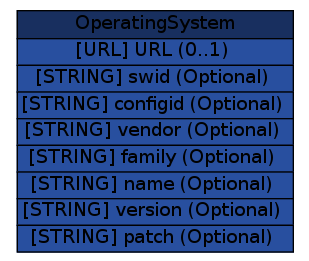
Above: iodef/graph/OperatingSystem.png in Moutix/idmef_parser (Graphviz), before the change. Its source is kept beside it as iodef/graph/OperatingSystem.dot.
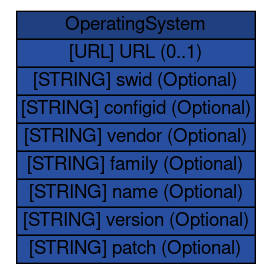
Later version of the same file.

What changed in the source:
```diff
@@ -1,6 +1,11 @@
 digraph OperatingSystem {
-	graph [rankdir=LR];
+	graph [bb="0,0,195,197",
+		rankdir=LR
+	];
 	node [label="\N"];
-	graph [bb="0,0,224,188"];
-	OperatingSystem [label=<<table BORDER="0" CELLBORDER="1" CELLSPACING="0"> <tr > <td BGCOLOR="#182f5f" HREF="#" TITLE="The OperatingSystem class describes the operating system running on a System. The definition is identical to the Application class (Section 3.17.1). ">OperatingSystem</td> </tr>" %<tr><td BGCOLOR="#284f9f" HREF="#" TITLE="A URL describing the application.">[URL] URL (0..1) </td></tr>%<tr><td BGCOLOR="#284f9f" HREF="#" TITLE="An identifier that can be used to reference this software.">[STRING] swid (Optional) </td></tr>%<tr><td BGCOLOR="#284f9f" HREF="#" TITLE="An identifier that can be used to reference a particular configuration of this software.">[STRING] configid (Optional) </td></tr>%<tr><td BGCOLOR="#284f9f" HREF="#" TITLE="Vendor name of the software.">[STRING] vendor (Optional) </td></tr>%<tr><td BGCOLOR="#284f9f" HREF="#" TITLE="Family of the software.">[STRING] family (Optional) </td></tr>%<tr><td BGCOLOR="#284f9f" HREF="#" TITLE="Name of the software.">[STRING] name (Optional) </td></tr>%<tr><td BGCOLOR="#284f9f" HREF="#" TITLE="Version of the software.">[STRING] version (Optional) </td></tr>%<tr><td BGCOLOR="#284f9f" HREF="#" TITLE="Patch or service pack level of the software.">[STRING] patch (Optional) </td></tr>%</table>>, shape=plaintext, pos="112,94", width="3.0833", height="2.625"];
+	OperatingSystem	 [height=2.7361,
+		label=<<table BORDER="0" CELLBORDER="1" CELLSPACING="0"> <tr> <td BGCOLOR="#203f7f" HREF="#" TITLE="The OperatingSystem class describes the operating system running on a System. The definition is identical to the Application class (Section 3.17.1). "><FONT FACE="Nimbus Sans L">OperatingSystem</FONT></td> </tr>" %<tr><td BGCOLOR="#284f9f"  HREF="#" TITLE="A URL describing the application."><FONT FACE="Nimbus Sans L">[URL] URL (0..1)</FONT></td></tr>%<tr><td BGCOLOR="#284f9f"  HREF="#" TITLE="An identifier that can be used to reference this software."><FONT FACE="Nimbus Sans L">[STRING] swid (Optional)</FONT></td></tr>%<tr><td BGCOLOR="#284f9f"  HREF="#" TITLE="An identifier that can be used to reference a particular configuration of this software."><FONT FACE="Nimbus Sans L">[STRING] configid (Optional)</FONT></td></tr>%<tr><td BGCOLOR="#284f9f"  HREF="#" TITLE="Vendor name of the software."><FONT FACE="Nimbus Sans L">[STRING] vendor (Optional)</FONT></td></tr>%<tr><td BGCOLOR="#284f9f"  HREF="#" TITLE="Family of the software."><FONT FACE="Nimbus Sans L">[STRING] family (Optional)</FONT></td></tr>%<tr><td BGCOLOR="#284f9f"  HREF="#" TITLE="Name of the software."><FONT FACE="Nimbus Sans L">[STRING] name (Optional)</FONT></td></tr>%<tr><td BGCOLOR="#284f9f"  HREF="#" TITLE="Version of the software."><FONT FACE="Nimbus Sans L">[STRING] version (Optional)</FONT></td></tr>%<tr><td BGCOLOR="#284f9f"  HREF="#" TITLE="Patch or service pack level of the software."><FONT FACE="Nimbus Sans L">[STRING] patch (Optional)</FONT></td></tr>%</table>>,
+		pos="97.5,98.5",
+		shape=plaintext,
+		width=2.7083];
 }
```
